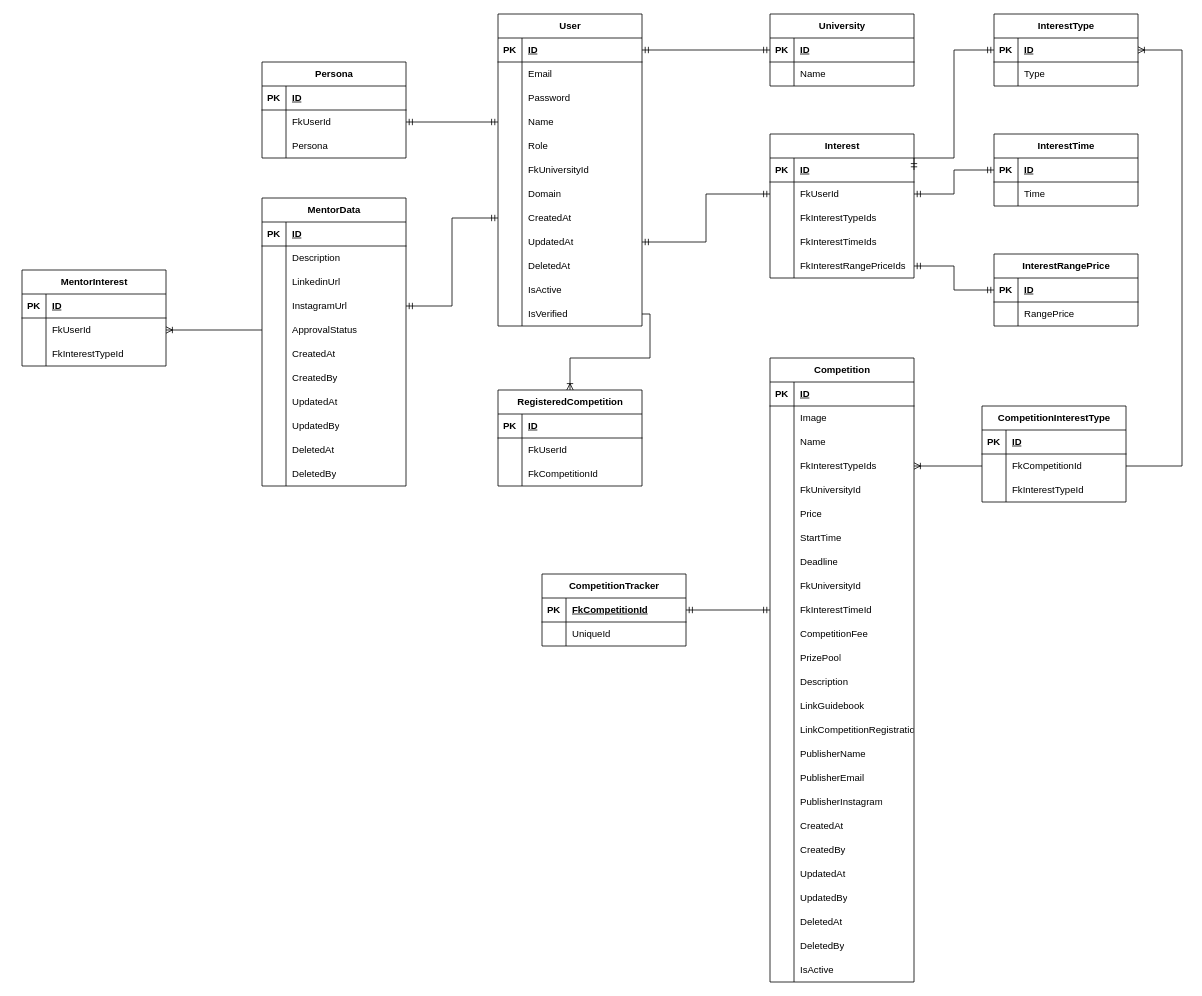
The draw.io diagram compedia.drawio in centwong/Compedia-BE, before the edit. Source tidied: cells renumbered, new cells numbered last; positions are measured from the earlier drawing's top-left corner, leaving out a move shared by most shapes. Both pictures are drawn from the tidied source at 80%, with x=0, y=0 at pixel (22, 14).
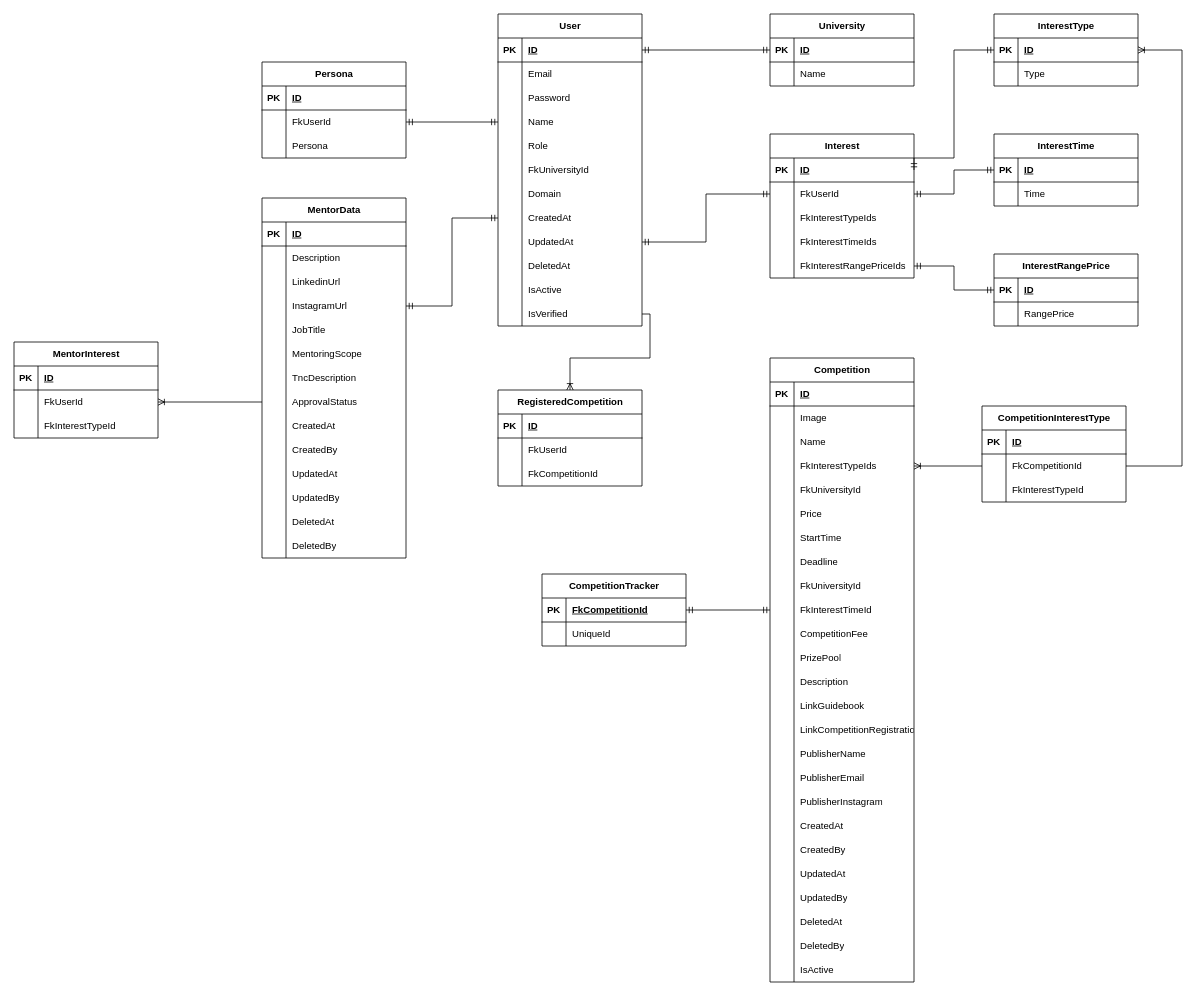
Above is the later version.

The edit, as a diff of the source:
```diff
@@
     <mxCell id="198" value="MentorData" style="shape=table;startSize=30;childLayout=tableLayout;rowLines=0;fontStyle=1;align=center;html=1;" parent="1" vertex="1">
-      <mxGeometry x="300" y="230" width="180" height="360" as="geometry" />
+      <mxGeometry x="300" y="230" width="180" height="450" as="geometry" />
     </mxCell>
@@
+    <mxCell id="252" style="shape=tableRow;horizontal=0;startSize=0;swimlaneHead=0;swimlaneBody=0;fillColor=none;top=0;left=0;right=0;bottom=0;" parent="198" vertex="1">
+      <mxGeometry y="150" width="180" height="30" as="geometry" />
+    </mxCell>
+    <mxCell id="253" style="shape=partialRectangle;fillColor=none;top=0;left=0;bottom=0;right=0;overflow=hidden;whiteSpace=wrap;html=1;" parent="252" vertex="1">
+      <mxGeometry width="30" height="30" as="geometry" />
+    </mxCell>
+    <mxCell id="254" value="JobTitle" style="shape=partialRectangle;fillColor=none;top=0;left=0;bottom=0;right=0;align=left;spacingLeft=6;overflow=hidden;whiteSpace=wrap;html=1;" parent="252" vertex="1">
+      <mxGeometry x="30" width="150" height="30" as="geometry" />
+    </mxCell>
+    <mxCell id="255" style="shape=tableRow;horizontal=0;startSize=0;swimlaneHead=0;swimlaneBody=0;fillColor=none;top=0;left=0;right=0;bottom=0;" parent="198" vertex="1">
+      <mxGeometry y="180" width="180" height="30" as="geometry" />
+    </mxCell>
+    <mxCell id="256" style="shape=partialRectangle;fillColor=none;top=0;left=0;bottom=0;right=0;overflow=hidden;whiteSpace=wrap;html=1;" parent="255" vertex="1">
+      <mxGeometry width="30" height="30" as="geometry" />
+    </mxCell>
+    <mxCell id="257" value="MentoringScope" style="shape=partialRectangle;fillColor=none;top=0;left=0;bottom=0;right=0;align=left;spacingLeft=6;overflow=hidden;whiteSpace=wrap;html=1;" parent="255" vertex="1">
+      <mxGeometry x="30" width="150" height="30" as="geometry" />
+    </mxCell>
+    <mxCell id="258" style="shape=tableRow;horizontal=0;startSize=0;swimlaneHead=0;swimlaneBody=0;fillColor=none;top=0;left=0;right=0;bottom=0;" parent="198" vertex="1">
+      <mxGeometry y="210" width="180" height="30" as="geometry" />
+    </mxCell>
+    <mxCell id="259" style="shape=partialRectangle;fillColor=none;top=0;left=0;bottom=0;right=0;overflow=hidden;whiteSpace=wrap;html=1;" parent="258" vertex="1">
+      <mxGeometry width="30" height="30" as="geometry" />
+    </mxCell>
+    <mxCell id="260" value="TncDescription" style="shape=partialRectangle;fillColor=none;top=0;left=0;bottom=0;right=0;align=left;spacingLeft=6;overflow=hidden;whiteSpace=wrap;html=1;" parent="258" vertex="1">
+      <mxGeometry x="30" width="150" height="30" as="geometry" />
+    </mxCell>
     <mxCell id="211" style="shape=tableRow;horizontal=0;startSize=0;swimlaneHead=0;swimlaneBody=0;fillColor=none;points=[[0,0.5],[1,0.5]];portConstraint=eastwest;top=0;left=0;right=0;bottom=0;" parent="198" vertex="1">
-      <mxGeometry y="150" width="180" height="30" as="geometry" />
+      <mxGeometry y="240" width="180" height="30" as="geometry" />
     </mxCell>
@@
     <mxCell id="214" style="shape=tableRow;horizontal=0;startSize=0;swimlaneHead=0;swimlaneBody=0;fillColor=none;top=0;left=0;right=0;bottom=0;" parent="198" vertex="1">
-      <mxGeometry y="180" width="180" height="30" as="geometry" />
+      <mxGeometry y="270" width="180" height="30" as="geometry" />
     </mxCell>
@@
     <mxCell id="217" style="shape=tableRow;horizontal=0;startSize=0;swimlaneHead=0;swimlaneBody=0;fillColor=none;top=0;left=0;right=0;bottom=0;" parent="198" vertex="1">
-      <mxGeometry y="210" width="180" height="30" as="geometry" />
+      <mxGeometry y="300" width="180" height="30" as="geometry" />
     </mxCell>
@@
     <mxCell id="220" style="shape=tableRow;horizontal=0;startSize=0;swimlaneHead=0;swimlaneBody=0;fillColor=none;top=0;left=0;right=0;bottom=0;" parent="198" vertex="1">
-      <mxGeometry y="240" width="180" height="30" as="geometry" />
+      <mxGeometry y="330" width="180" height="30" as="geometry" />
     </mxCell>
@@
     <mxCell id="223" style="shape=tableRow;horizontal=0;startSize=0;swimlaneHead=0;swimlaneBody=0;fillColor=none;top=0;left=0;right=0;bottom=0;" parent="198" vertex="1">
-      <mxGeometry y="270" width="180" height="30" as="geometry" />
+      <mxGeometry y="360" width="180" height="30" as="geometry" />
     </mxCell>
@@
     <mxCell id="226" style="shape=tableRow;horizontal=0;startSize=0;swimlaneHead=0;swimlaneBody=0;fillColor=none;top=0;left=0;right=0;bottom=0;" parent="198" vertex="1">
-      <mxGeometry y="300" width="180" height="30" as="geometry" />
+      <mxGeometry y="390" width="180" height="30" as="geometry" />
     </mxCell>
@@
     <mxCell id="229" style="shape=tableRow;horizontal=0;startSize=0;swimlaneHead=0;swimlaneBody=0;fillColor=none;top=0;left=0;right=0;bottom=0;" parent="198" vertex="1">
-      <mxGeometry y="330" width="180" height="30" as="geometry" />
+      <mxGeometry y="420" width="180" height="30" as="geometry" />
     </mxCell>
@@
     <mxCell id="233" value="MentorInterest" style="shape=table;startSize=30;childLayout=tableLayout;rowLines=0;fontStyle=1;align=center;html=1;" parent="1" vertex="1">
-      <mxGeometry y="320" width="180" height="120" as="geometry" />
+      <mxGeometry x="-10" y="410" width="180" height="120" as="geometry" />
     </mxCell>
```
